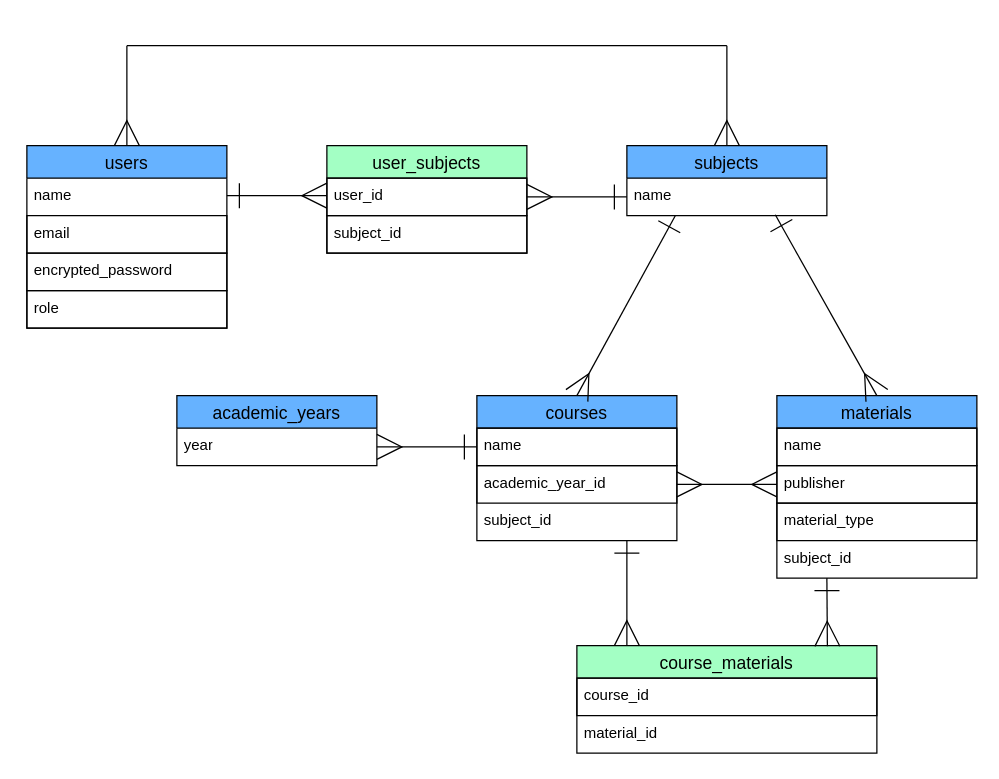
The draw.io diagram kyozai_link_er.dio in kentsu0901/kyozai_link, before the edit. Source tidied: cells renumbered, new cells numbered last; positions are measured from the earlier drawing's top-left corner, leaving out a move shared by most shapes. Both pictures are drawn from the tidied source at 125%, with x=0, y=0 at pixel (26, 45).
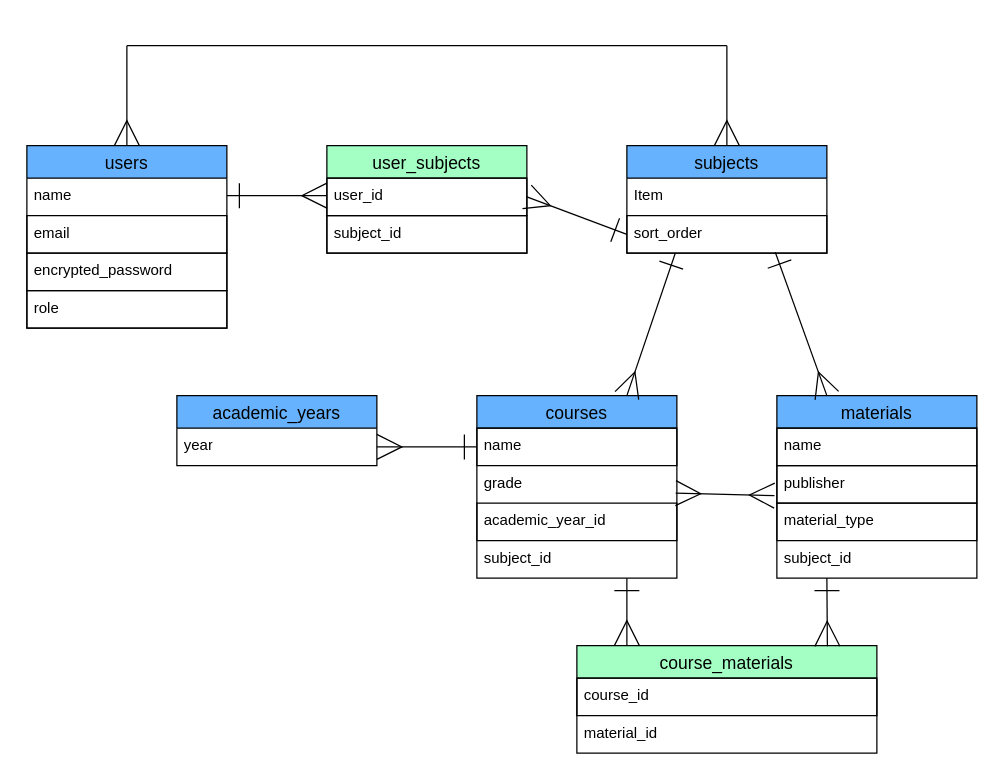
The same diagram, later.

Unchanged cells that the change refers to:
```xml
<mxCell id="21" value="materials" style="swimlane;fontStyle=0;horizontal=1;startSize=26;align=center;fontSize=14;fillColor=#66B2FF;" parent="1" vertex="1">
  <mxGeometry x="600" y="280" width="160" height="146" as="geometry" />
</mxCell>
<mxCell id="23" value="publisher" style="text;strokeColor=#000000;fillColor=none;spacingLeft=4;spacingRight=4;overflow=hidden;points=[[0,0.5],[1,0.5]];portConstraint=eastwest;fontSize=12;whiteSpace=wrap;html=1;" parent="21" vertex="1">
  <mxGeometry y="56" width="160" height="30" as="geometry" />
</mxCell>
```

What changed in the source:
```diff
@@
     <mxCell id="12" value="subjects" style="swimlane;fontStyle=0;horizontal=1;startSize=26;align=center;fontSize=14;fillColor=#66B2FF;" parent="1" vertex="1">
-      <mxGeometry x="480" y="80" width="160" height="56" as="geometry" />
+      <mxGeometry x="480" y="80" width="160" height="86" as="geometry" />
     </mxCell>
+    <mxCell id="37" value="Item" style="text;strokeColor=none;fillColor=none;spacingLeft=4;spacingRight=4;overflow=hidden;fontSize=12;whiteSpace=wrap;html=1;" parent="12" vertex="1">
+      <mxGeometry y="26" width="160" height="30" as="geometry" />
+    </mxCell>
-    <mxCell id="13" value="name" style="text;strokeColor=none;fillColor=none;spacingLeft=4;spacingRight=4;overflow=hidden;points=[[0,0.5],[1,0.5]];portConstraint=eastwest;fontSize=12;whiteSpace=wrap;html=1;" parent="12" vertex="1">
-      <mxGeometry y="26" width="160" height="30" as="geometry" />
+    <mxCell id="13" value="sort_order" style="text;strokeColor=#000000;fillColor=none;spacingLeft=4;spacingRight=4;overflow=hidden;points=[[0,0.5],[1,0.5]];portConstraint=eastwest;fontSize=12;whiteSpace=wrap;html=1;" parent="12" vertex="1">
+      <mxGeometry y="56" width="160" height="30" as="geometry" />
     </mxCell>
@@
     <mxCell id="17" value="courses" style="swimlane;fontStyle=0;horizontal=1;startSize=26;align=center;fontSize=14;fillColor=#66B2FF;" parent="1" vertex="1">
-      <mxGeometry x="360" y="280" width="160" height="116" as="geometry" />
+      <mxGeometry x="360" y="280" width="160" height="146" as="geometry" />
     </mxCell>
@@
+    <mxCell id="38" value="grade" style="text;strokeColor=none;fillColor=none;spacingLeft=4;spacingRight=4;overflow=hidden;points=[[0,0.5],[1,0.5]];portConstraint=eastwest;fontSize=12;whiteSpace=wrap;html=1;" parent="17" vertex="1">
+      <mxGeometry y="56" width="160" height="30" as="geometry" />
+    </mxCell>
     <mxCell id="19" value="academic_year_id" style="text;strokeColor=#000000;fillColor=none;spacingLeft=4;spacingRight=4;overflow=hidden;points=[[0,0.5],[1,0.5]];portConstraint=eastwest;fontSize=12;whiteSpace=wrap;html=1;" parent="17" vertex="1">
-      <mxGeometry y="56" width="160" height="30" as="geometry" />
+      <mxGeometry y="86" width="160" height="30" as="geometry" />
     </mxCell>
     <mxCell id="20" value="subject_id" style="text;strokeColor=none;fillColor=none;spacingLeft=4;spacingRight=4;overflow=hidden;fontSize=12;whiteSpace=wrap;html=1;" parent="17" vertex="1">
-      <mxGeometry y="86" width="160" height="30" as="geometry" />
+      <mxGeometry y="116" width="160" height="30" as="geometry" />
     </mxCell>
@@
-    <mxCell id="26" style="edgeStyle=none;html=1;exitX=0.5;exitY=0;exitDx=0;exitDy=0;entryX=0.242;entryY=1.003;entryDx=0;entryDy=0;entryPerimeter=0;endArrow=ERone;endFill=0;startArrow=ERmany;startFill=0;endSize=18;startSize=18;" parent="1" edge="1" source="17" target="13">
+    <mxCell id="26" style="edgeStyle=none;html=1;exitX=0.75;exitY=0;exitDx=0;exitDy=0;entryX=0.242;entryY=1.003;entryDx=0;entryDy=0;entryPerimeter=0;endArrow=ERone;endFill=0;startArrow=ERmany;startFill=0;endSize=18;startSize=18;" parent="1" edge="1" source="17" target="13">
       <mxGeometry relative="1" as="geometry" />
     </mxCell>
-    <mxCell id="27" style="edgeStyle=none;html=1;entryX=0.742;entryY=0.977;entryDx=0;entryDy=0;entryPerimeter=0;endArrow=ERone;endFill=0;startArrow=ERmany;startFill=0;endSize=18;startSize=18;exitX=0.5;exitY=0;exitDx=0;exitDy=0;" parent="1" edge="1" source="21" target="13">
+    <mxCell id="27" style="edgeStyle=none;html=1;entryX=0.742;entryY=0.977;entryDx=0;entryDy=0;entryPerimeter=0;endArrow=ERone;endFill=0;startArrow=ERmany;startFill=0;endSize=18;startSize=18;exitX=0.25;exitY=0;exitDx=0;exitDy=0;" parent="1" edge="1" source="21" target="13">
       <mxGeometry relative="1" as="geometry" />
     </mxCell>
@@
-    <mxCell id="31" style="edgeStyle=none;html=1;exitX=1;exitY=0.5;exitDx=0;exitDy=0;entryX=0;entryY=0.5;entryDx=0;entryDy=0;endArrow=ERmany;endFill=0;startArrow=ERmany;startFill=0;endSize=18;startSize=18;" parent="1" edge="1" source="19" target="23">
+    <mxCell id="31" style="edgeStyle=none;html=1;exitX=0.994;exitY=0.733;exitDx=0;exitDy=0;entryX=-0.012;entryY=0.8;entryDx=0;entryDy=0;endArrow=ERmany;endFill=0;startArrow=ERmany;startFill=0;endSize=18;startSize=18;exitPerimeter=0;entryPerimeter=0;" parent="1" edge="1" source="38" target="23">
       <mxGeometry relative="1" as="geometry" />
     </mxCell>
```
